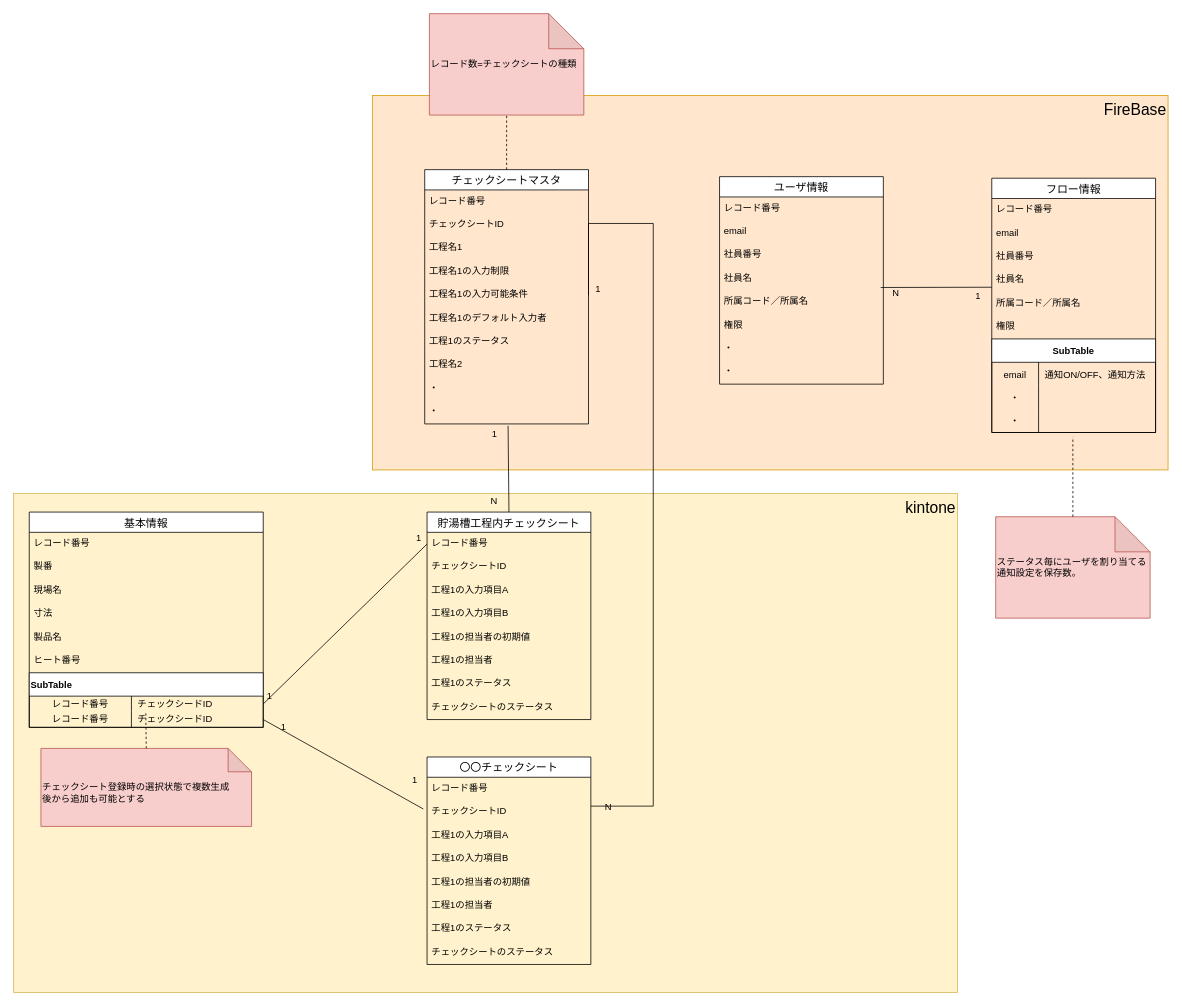
Above: ER図/er.drawio in ShotaHayashi0601/FlowSpect-DocsOnly (draw.io), before the change. Source tidied: cells renumbered, new cells numbered last; positions are measured from the earlier drawing's top-left corner, leaving out a move shared by most shapes. Both pictures are drawn from the tidied source at 78%, with x=0, y=0 at pixel (13, 13).
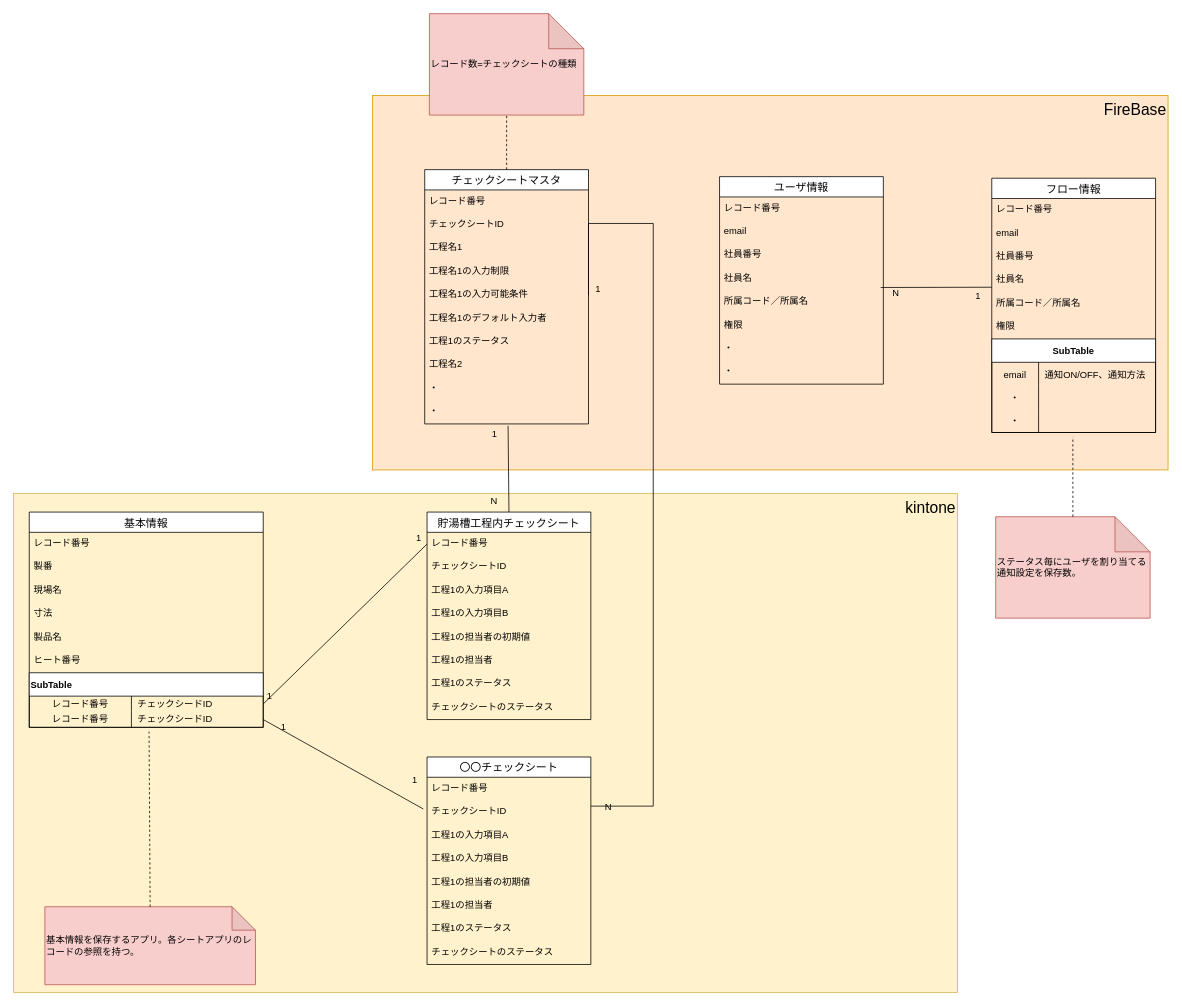
The same diagram, later.

Unchanged cells that the change refers to:
```xml
<mxCell id="12" style="shape=tableRow;horizontal=0;startSize=0;swimlaneHead=0;swimlaneBody=0;top=0;left=0;bottom=0;right=0;fillColor=none;points=[[0,0.5],[1,0.5]];portConstraint=eastwest;strokeColor=default;" parent="11" vertex="1">
  <mxGeometry y="30" width="300" height="20" as="geometry" />
</mxCell>
<mxCell id="15" style="shape=tableRow;horizontal=0;startSize=0;swimlaneHead=0;swimlaneBody=0;top=0;left=0;bottom=0;right=0;fillColor=none;points=[[0,0.5],[1,0.5]];portConstraint=eastwest;strokeColor=default;" parent="11" vertex="1">
  <mxGeometry y="50" width="300" height="20" as="geometry" />
</mxCell>
```

Change to the diagram source:
```diff
@@
-    <mxCell id="30" value="&lt;br&gt;チェックシート登録時の選択状態で複数生成&lt;br&gt;後から追加も可能とする" style="shape=note;whiteSpace=wrap;html=1;backgroundOutline=1;darkOpacity=0.05;strokeColor=#b85450;fillColor=#f8cecc;align=left;" parent="1" vertex="1">
-      <mxGeometry x="35" y="942" width="270" height="100" as="geometry" />
+    <mxCell id="30" value="基本情報を保存するアプリ。各シートアプリのレコードの参照を持つ。" style="shape=note;whiteSpace=wrap;html=1;backgroundOutline=1;darkOpacity=0.05;strokeColor=#b85450;fillColor=#f8cecc;align=left;" parent="1" vertex="1">
+      <mxGeometry x="40" y="1145" width="270" height="100" as="geometry" />
     </mxCell>
-    <mxCell id="31" style="endArrow=none;dashed=1;html=1;exitX=0.5;exitY=0;exitDx=0;exitDy=0;exitPerimeter=0;entryX=0.498;entryY=1.014;entryDx=0;entryDy=0;entryPerimeter=0;" parent="1" edge="1" source="30" target="12">
+    <mxCell id="31" style="endArrow=none;dashed=1;html=1;exitX=0.5;exitY=0;exitDx=0;exitDy=0;exitPerimeter=0;entryX=0.512;entryY=1.274;entryDx=0;entryDy=0;entryPerimeter=0;" parent="1" edge="1" source="30" target="15">
       <mxGeometry relative="1" as="geometry" />
     </mxCell>
```
